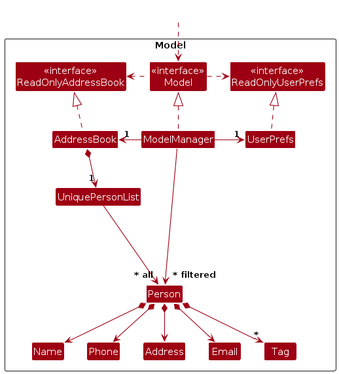
The PlantUML diagram diagrams/ModelClassDiagram.png in AY2627S1-CS2103T-F08-4/tp, before a commit. Its source is kept beside it as diagrams/ModelClassDiagram.puml. The source it was exported from:
```plantuml
@startuml
!include style.puml
skinparam arrowThickness 1.1
skinparam arrowColor MODEL_COLOR
skinparam classBackgroundColor MODEL_COLOR

Package Model as ModelPackage <<Rectangle>>{
Class "<<interface>>\nReadOnlyAddressBook" as ReadOnlyAddressBook
Class "<<interface>>\nReadOnlyUserPrefs" as ReadOnlyUserPrefs
Class "<<interface>>\nModel" as Model
Class AddressBook
Class ModelManager
Class UserPrefs

Class UniquePersonList
Class Person
Class Address
Class Email
Class Name
Class Phone
Class Tag

Class I #FFFFFF
}

Class HiddenOutside #FFFFFF
HiddenOutside ..> Model

AddressBook .up.|> ReadOnlyAddressBook

ModelManager .up.|> Model
Model .right.> ReadOnlyUserPrefs
Model .left.> ReadOnlyAddressBook
ModelManager -left-> "1" AddressBook
ModelManager -right-> "1" UserPrefs
UserPrefs .up.|> ReadOnlyUserPrefs

AddressBook *--> "1" UniquePersonList
UniquePersonList --> "~* all" Person
Person *--> Name
Person *--> Phone
Person *--> Email
Person *--> Address
Person *--> "*" Tag

Person -[hidden]up--> I
UniquePersonList -[hidden]right-> I

Name -[hidden]right-> Phone
Phone -[hidden]right-> Address
Address -[hidden]right-> Email

ModelManager --> "~* filtered" Person
@enduml
```
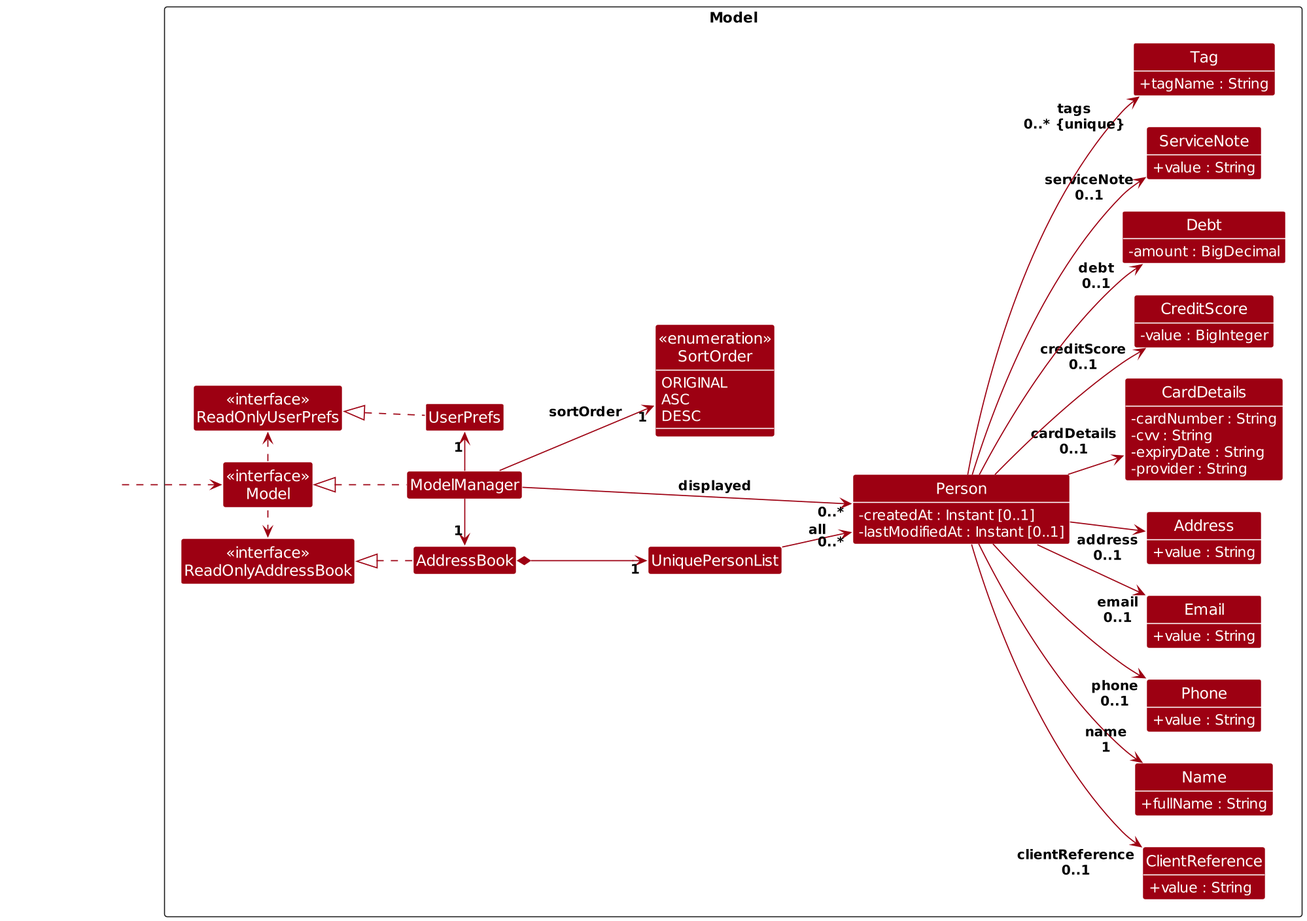
Above is the later version.

What changed in the source:
```diff
@@ -3,6 +3,12 @@
 skinparam arrowThickness 1.1
 skinparam arrowColor MODEL_COLOR
 skinparam classBackgroundColor MODEL_COLOR
+skinparam classAttributeFontColor #FFFFFF
+skinparam classAttributeIconSize 0
+skinparam dpi 150
+skinparam nodesep 30
+skinparam ranksep 50
+left to right direction
 
 Package Model as ModelPackage <<Rectangle>>{
 Class "<<interface>>\nReadOnlyAddressBook" as ReadOnlyAddressBook
@@ -11,17 +17,64 @@
 Class AddressBook
 Class ModelManager
 Class UserPrefs
+Class "<<enumeration>>\nSortOrder" as SortOrder {
+  ORIGINAL
+  ASC
+  DESC
+}
 
 Class UniquePersonList
-Class Person
-Class Address
-Class Email
-Class Name
-Class Phone
-Class Tag
+Class Person {
+  - createdAt : Instant [0..1]
+  - lastModifiedAt : Instant [0..1]
+}
+Class ClientReference {
+  + value : String
+}
+Class Name {
+  + fullName : String
+}
+Class Phone {
+  + value : String
+}
+Class Email {
+  + value : String
+}
+Class Address {
+  + value : String
+}
+Class CardDetails {
+  - cardNumber : String
+  - cvv : String
+  - expiryDate : String
+  - provider : String
+}
+Class CreditScore {
+  - value : BigInteger
+}
+Class Debt {
+  - amount : BigDecimal
+}
+Class ServiceNote {
+  + value : String
+}
+Class Tag {
+  + tagName : String
+}
+}
 
-Class I #FFFFFF
-}
+show Person fields
+show ClientReference fields
+show Name fields
+show Phone fields
+show Email fields
+show Address fields
+show CardDetails fields
+show CreditScore fields
+show Debt fields
+show ServiceNote fields
+show Tag fields
+show SortOrder members
 
 Class HiddenOutside #FFFFFF
 HiddenOutside ..> Model
@@ -33,22 +86,22 @@
 Model .left.> ReadOnlyAddressBook
 ModelManager -left-> "1" AddressBook
 ModelManager -right-> "1" UserPrefs
+ModelManager -down-> "1" SortOrder : sortOrder
 UserPrefs .up.|> ReadOnlyUserPrefs
 
 AddressBook *--> "1" UniquePersonList
-UniquePersonList --> "~* all" Person
-Person *--> Name
-Person *--> Phone
-Person *--> Email
-Person *--> Address
-Person *--> "*" Tag
+UniquePersonList --> "0..*" Person : all
+ModelManager --> "0..*" Person : displayed
 
-Person -[hidden]up--> I
-UniquePersonList -[hidden]right-> I
+Person --> "clientReference\n0..1" ClientReference
+Person --> "name\n1" Name
+Person --> "phone\n0..1" Phone
+Person --> "email\n0..1" Email
+Person --> "address\n0..1" Address
+Person --> "cardDetails\n0..1" CardDetails
+Person --> "creditScore\n0..1" CreditScore
+Person --> "debt\n0..1" Debt
+Person --> "serviceNote\n0..1" ServiceNote
+Person --> "tags\n0..* {unique}" Tag
 
-Name -[hidden]right-> Phone
-Phone -[hidden]right-> Address
-Address -[hidden]right-> Email
-
-ModelManager --> "~* filtered" Person
 @enduml
```
